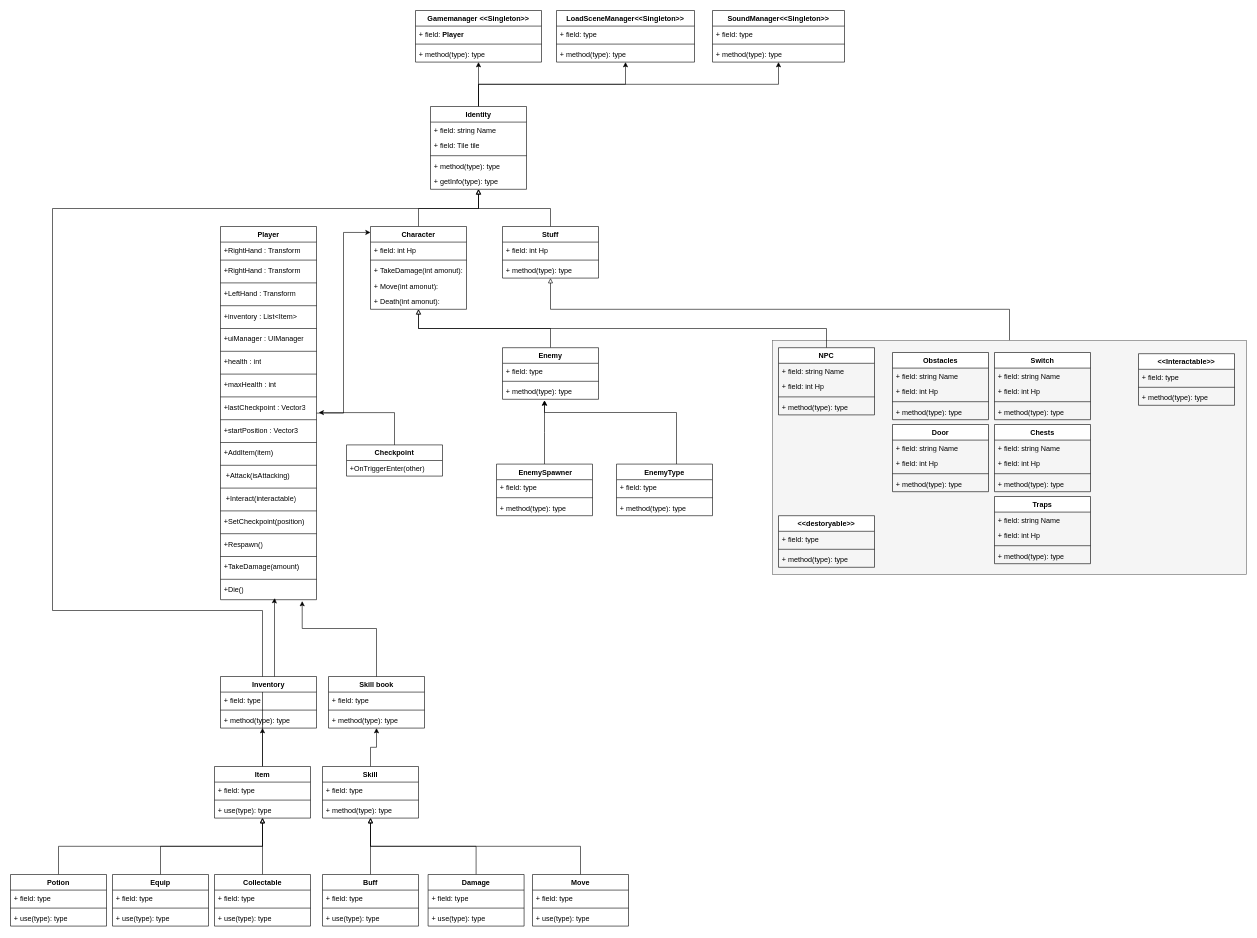
Before: MY RPG Diagram.drawio in Aeng-Dev-code/Fine-I-Am-OK-....But-you-Are-Doraemon, a draw.io diagram. Source tidied: cells renumbered, new cells numbered last; positions are measured from the earlier drawing's top-left corner, leaving out a move shared by most shapes. Both pictures are drawn from the tidied source at 60%, with x=0, y=0 at pixel (10, 10).
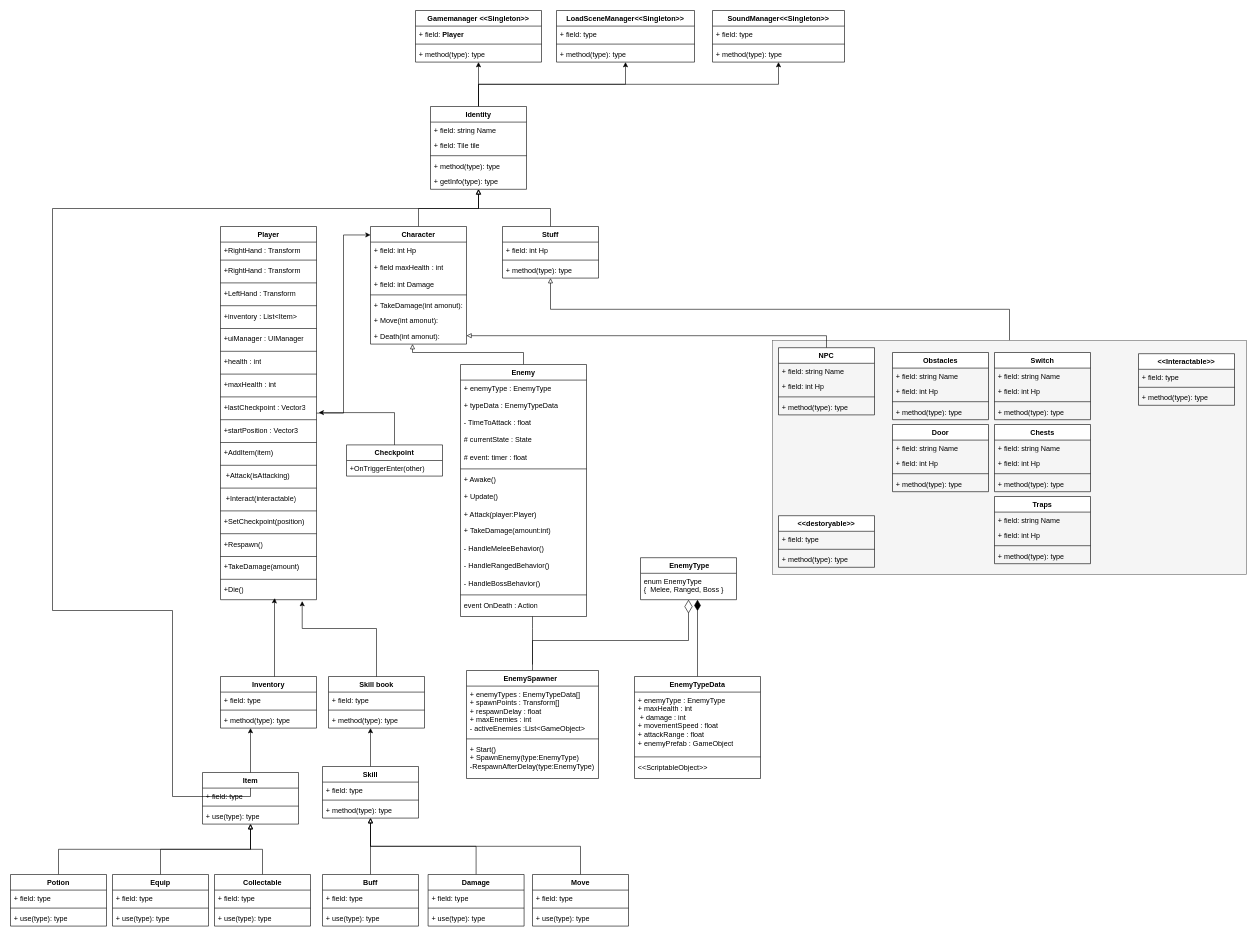
The same diagram, later.

Unchanged cells that the change refers to:
```xml
<mxCell id="42" value="Identity" style="swimlane;fontStyle=1;align=center;verticalAlign=top;horizontal=1;startSize=26;whiteSpace=wrap;html=1;" parent="1" vertex="1">
  <mxGeometry x="700" y="160" width="160" height="138" as="geometry" />
</mxCell>
<mxCell id="69" value="Skill book" style="swimlane;fontStyle=1;align=center;verticalAlign=top;horizontal=1;startSize=26;whiteSpace=wrap;html=1;" parent="1" vertex="1">
  <mxGeometry x="530" y="1110" width="160" height="86" as="geometry" />
</mxCell>
<mxCell id="72" value="+ method(type): type" style="text;strokeColor=none;fillColor=none;align=left;verticalAlign=top;spacingLeft=4;spacingRight=4;overflow=hidden;points=[[0,0.5],[1,0.5]];portConstraint=eastwest;whiteSpace=wrap;html=1;" parent="69" vertex="1">
  <mxGeometry y="60" width="160" height="26" as="geometry" />
</mxCell>
<mxCell id="80" value="Skill" style="swimlane;fontStyle=1;align=center;verticalAlign=top;horizontal=1;startSize=26;whiteSpace=wrap;html=1;" parent="1" vertex="1">
  <mxGeometry x="520" y="1260" width="160" height="86" as="geometry" />
</mxCell>
<mxCell id="152" value="NPC" style="swimlane;fontStyle=1;align=center;verticalAlign=top;horizontal=1;startSize=26;whiteSpace=wrap;html=1;" parent="1" vertex="1">
  <mxGeometry x="1280" y="562" width="160" height="112" as="geometry" />
</mxCell>
```

Change to the diagram source:
```diff
@@
     <mxCell id="34" style="edgeStyle=orthogonalEdgeStyle;rounded=0;jettySize=auto;html=1;exitX=0.5;exitY=0;exitDx=0;exitDy=0;endArrow=block;endFill=0;" parent="1" edge="1" source="35" target="55">
-      <mxGeometry relative="1" as="geometry" />
+      <mxGeometry relative="1" as="geometry">
+        <Array as="points">
+          <mxPoint x="855" y="570" />
+          <mxPoint x="670" y="570" />
+        </Array>
+      </mxGeometry>
     </mxCell>
     <mxCell id="35" value="Enemy" style="swimlane;fontStyle=1;align=center;verticalAlign=top;horizontal=1;startSize=26;whiteSpace=wrap;html=1;" parent="1" vertex="1">
-      <mxGeometry x="820" y="562" width="160" height="86" as="geometry" />
+      <mxGeometry x="750" y="590" width="210" height="420" as="geometry" />
     </mxCell>
-    <mxCell id="36" value="+ field: type" style="text;strokeColor=none;fillColor=none;align=left;verticalAlign=top;spacingLeft=4;spacingRight=4;overflow=hidden;whiteSpace=wrap;html=1;" parent="35" vertex="1">
-      <mxGeometry y="26" width="160" height="26" as="geometry" />
+    <mxCell id="36" value="&lt;div&gt;+ enemyType : EnemyType&amp;nbsp;&lt;/div&gt;&lt;div&gt;&lt;br&gt;&lt;/div&gt;&lt;div&gt;+ typeData : EnemyTypeData&amp;nbsp;&amp;nbsp;&lt;/div&gt;&lt;div&gt;&lt;br&gt;&lt;/div&gt;&lt;div&gt;- TimeToAttack : float&lt;/div&gt;&lt;div&gt;&lt;br&gt;&lt;/div&gt;&lt;div&gt;# currentState : State&amp;nbsp;&amp;nbsp;&amp;nbsp;&lt;/div&gt;&lt;div&gt;&lt;br&gt;&lt;/div&gt;&lt;div&gt;# event: timer : float&amp;nbsp;&amp;nbsp;&lt;/div&gt;" style="text;strokeColor=none;fillColor=none;align=left;verticalAlign=top;spacingLeft=4;spacingRight=4;overflow=hidden;whiteSpace=wrap;html=1;" parent="35" vertex="1">
+      <mxGeometry y="26" width="210" height="144" as="geometry" />
     </mxCell>
     <mxCell id="37" style="line;strokeWidth=1;fillColor=none;align=left;verticalAlign=middle;spacingTop=-1;spacingLeft=3;spacingRight=3;labelPosition=right;strokeColor=inherit;" parent="35" vertex="1">
-      <mxGeometry y="52" width="160" height="8" as="geometry" />
+      <mxGeometry y="170" width="210" height="8" as="geometry" />
     </mxCell>
-    <mxCell id="38" value="+ method(type): type" style="text;strokeColor=none;fillColor=none;align=left;verticalAlign=top;spacingLeft=4;spacingRight=4;overflow=hidden;whiteSpace=wrap;html=1;" parent="35" vertex="1">
-      <mxGeometry y="60" width="160" height="26" as="geometry" />
+    <mxCell id="38" value="+ Awake()&lt;div&gt;&lt;br&gt;&lt;div&gt;+ Update()&amp;nbsp;&lt;/div&gt;&lt;div&gt;&lt;br&gt;&lt;/div&gt;&lt;div&gt;+ Attack(player:Player)&lt;/div&gt;&lt;div&gt;&lt;br&gt;&lt;/div&gt;&lt;div&gt;+ TakeDamage(amount:int)&lt;/div&gt;&lt;div&gt;&lt;br&gt;&lt;/div&gt;&lt;div&gt;- HandleMeleeBehavior()&lt;/div&gt;&lt;div&gt;&lt;br&gt;&lt;/div&gt;&lt;div&gt;- HandleRangedBehavior()&lt;/div&gt;&lt;div&gt;&lt;br&gt;&lt;/div&gt;&lt;div&gt;- HandleBossBehavior()&lt;/div&gt;&lt;/div&gt;" style="text;strokeColor=none;fillColor=none;align=left;verticalAlign=top;spacingLeft=4;spacingRight=4;overflow=hidden;whiteSpace=wrap;html=1;" parent="35" vertex="1">
+      <mxGeometry y="178" width="210" height="202" as="geometry" />
     </mxCell>
+    <mxCell id="179" style="line;strokeWidth=1;fillColor=none;align=left;verticalAlign=middle;spacingTop=-1;spacingLeft=3;spacingRight=3;labelPosition=right;strokeColor=inherit;" parent="35" vertex="1">
+      <mxGeometry y="380" width="210" height="8" as="geometry" />
+    </mxCell>
+    <mxCell id="180" value="event OnDeath : Action" style="text;strokeColor=none;fillColor=none;align=left;verticalAlign=top;spacingLeft=4;spacingRight=4;overflow=hidden;points=[[0,0.5],[1,0.5]];portConstraint=eastwest;whiteSpace=wrap;html=1;" parent="35" vertex="1">
+      <mxGeometry y="388" width="210" height="32" as="geometry" />
+    </mxCell>
@@
     <mxCell id="49" style="edgeStyle=orthogonalEdgeStyle;rounded=0;jettySize=auto;html=1;exitX=0.5;exitY=0;exitDx=0;exitDy=0;endArrow=block;endFill=0;" parent="1" edge="1" source="50" target="42">
       <mxGeometry relative="1" as="geometry">
         <Array as="points">
-          <mxPoint x="420" y="1000" />
+          <mxPoint x="400" y="1310" />
+          <mxPoint x="270" y="1310" />
+          <mxPoint x="270" y="1000" />
           <mxPoint x="70" y="1000" />
           <mxPoint x="70" y="330" />
           <mxPoint x="780" y="330" />
         </Array>
       </mxGeometry>
     </mxCell>
     <mxCell id="50" value="Item" style="swimlane;fontStyle=1;align=center;verticalAlign=top;horizontal=1;startSize=26;whiteSpace=wrap;html=1;" parent="1" vertex="1">
-      <mxGeometry x="340" y="1260" width="160" height="86" as="geometry" />
+      <mxGeometry x="320" y="1270" width="160" height="86" as="geometry" />
     </mxCell>
@@
     <mxCell id="55" value="Character" style="swimlane;fontStyle=1;align=center;verticalAlign=top;horizontal=1;startSize=26;whiteSpace=wrap;html=1;" parent="1" vertex="1">
-      <mxGeometry x="600" y="360" width="160" height="138" as="geometry" />
+      <mxGeometry x="600" y="360" width="160" height="196" as="geometry" />
     </mxCell>
-    <mxCell id="56" value="+ field: int Hp" style="text;strokeColor=none;fillColor=none;align=left;verticalAlign=top;spacingLeft=4;spacingRight=4;overflow=hidden;whiteSpace=wrap;html=1;" parent="55" vertex="1">
-      <mxGeometry y="26" width="160" height="26" as="geometry" />
+    <mxCell id="56" value="+ field: int Hp&lt;div&gt;&lt;br&gt;&lt;div&gt;+ field maxHealth : int&lt;br&gt;&lt;div&gt;&lt;br&gt;&lt;/div&gt;&lt;div&gt;+ field: int Damage&amp;nbsp;&lt;/div&gt;&lt;/div&gt;&lt;/div&gt;" style="text;strokeColor=none;fillColor=none;align=left;verticalAlign=top;spacingLeft=4;spacingRight=4;overflow=hidden;whiteSpace=wrap;html=1;" parent="55" vertex="1">
+      <mxGeometry y="26" width="160" height="84" as="geometry" />
     </mxCell>
     <mxCell id="57" style="line;strokeWidth=1;fillColor=none;align=left;verticalAlign=middle;spacingTop=-1;spacingLeft=3;spacingRight=3;labelPosition=right;strokeColor=inherit;" parent="55" vertex="1">
-      <mxGeometry y="52" width="160" height="8" as="geometry" />
+      <mxGeometry y="110" width="160" height="8" as="geometry" />
     </mxCell>
     <mxCell id="58" value="+ TakeDamage(int amonut):" style="text;strokeColor=none;fillColor=none;align=left;verticalAlign=top;spacingLeft=4;spacingRight=4;overflow=hidden;whiteSpace=wrap;html=1;" parent="55" vertex="1">
-      <mxGeometry y="60" width="160" height="26" as="geometry" />
+      <mxGeometry y="118" width="160" height="26" as="geometry" />
     </mxCell>
     <mxCell id="59" value="+ Move(int amonut):" style="text;strokeColor=none;fillColor=none;align=left;verticalAlign=top;spacingLeft=4;spacingRight=4;overflow=hidden;whiteSpace=wrap;html=1;" parent="55" vertex="1">
-      <mxGeometry y="86" width="160" height="26" as="geometry" />
+      <mxGeometry y="144" width="160" height="26" as="geometry" />
     </mxCell>
     <mxCell id="60" value="+ Death(int amonut):" style="text;strokeColor=none;fillColor=none;align=left;verticalAlign=top;spacingLeft=4;spacingRight=4;overflow=hidden;whiteSpace=wrap;html=1;" parent="55" vertex="1">
-      <mxGeometry y="112" width="160" height="26" as="geometry" />
+      <mxGeometry y="170" width="160" height="26" as="geometry" />
     </mxCell>
@@
-    <mxCell id="79" style="edgeStyle=orthogonalEdgeStyle;rounded=0;jettySize=auto;html=1;exitX=0.5;exitY=0;exitDx=0;exitDy=0;" parent="1" edge="1" source="80" target="69">
-      <mxGeometry relative="1" as="geometry" />
+    <mxCell id="79" style="edgeStyle=orthogonalEdgeStyle;rounded=0;jettySize=auto;html=1;exitX=0.5;exitY=0;exitDx=0;exitDy=0;" parent="1" edge="1" source="80" target="72">
+      <mxGeometry relative="1" as="geometry">
+        <Array as="points">
+          <mxPoint x="600" y="1260" />
+        </Array>
+      </mxGeometry>
     </mxCell>
@@
     <mxCell id="151" style="edgeStyle=orthogonalEdgeStyle;rounded=0;jettySize=auto;html=1;exitX=0.5;exitY=0;exitDx=0;exitDy=0;endArrow=block;endFill=0;" parent="1" edge="1" source="152" target="55">
-      <mxGeometry relative="1" as="geometry" />
+      <mxGeometry relative="1" as="geometry">
+        <Array as="points">
+          <mxPoint x="1360" y="542" />
+          <mxPoint x="680" y="542" />
+        </Array>
+      </mxGeometry>
     </mxCell>
@@
-    <mxCell id="165" style="edgeStyle=orthogonalEdgeStyle;rounded=0;jettySize=auto;html=1;" parent="1" edge="1" source="166">
-      <mxGeometry relative="1" as="geometry">
-        <mxPoint x="890" y="650" as="targetPoint" />
-      </mxGeometry>
-    </mxCell>
-    <mxCell id="166" value="&amp;nbsp;EnemySpawner" style="swimlane;fontStyle=1;align=center;verticalAlign=top;horizontal=1;startSize=26;whiteSpace=wrap;html=1;" parent="1" vertex="1">
-      <mxGeometry x="810" y="756" width="160" height="86" as="geometry" />
+    <mxCell id="166" value="&amp;nbsp;EnemyType" style="swimlane;fontStyle=1;align=center;verticalAlign=top;horizontal=1;startSize=26;whiteSpace=wrap;html=1;" parent="1" vertex="1">
+      <mxGeometry x="1050" y="912" width="160" height="70" as="geometry" />
     </mxCell>
-    <mxCell id="167" value="+ field: type" style="text;strokeColor=none;fillColor=none;align=left;verticalAlign=top;spacingLeft=4;spacingRight=4;overflow=hidden;whiteSpace=wrap;html=1;" parent="166" vertex="1">
-      <mxGeometry y="26" width="160" height="26" as="geometry" />
+    <mxCell id="167" value="&lt;div&gt;enum EnemyType&lt;/div&gt;&lt;div&gt;{&amp;nbsp; &lt;span style=&quot;background-color: transparent; color: light-dark(rgb(0, 0, 0), rgb(255, 255, 255));&quot;&gt;Melee, Ranged, Boss&amp;nbsp;&lt;/span&gt;&lt;span style=&quot;background-color: transparent; color: light-dark(rgb(0, 0, 0), rgb(255, 255, 255));&quot;&gt;}&amp;nbsp; &amp;nbsp; &amp;nbsp;&lt;/span&gt;&lt;/div&gt;" style="text;strokeColor=none;fillColor=none;align=left;verticalAlign=top;spacingLeft=4;spacingRight=4;overflow=hidden;whiteSpace=wrap;html=1;" parent="166" vertex="1">
+      <mxGeometry y="26" width="160" height="44" as="geometry" />
     </mxCell>
-    <mxCell id="168" style="line;strokeWidth=1;fillColor=none;align=left;verticalAlign=middle;spacingTop=-1;spacingLeft=3;spacingRight=3;labelPosition=right;strokeColor=inherit;" parent="166" vertex="1">
-      <mxGeometry y="52" width="160" height="8" as="geometry" />
-    </mxCell>
-    <mxCell id="169" value="+ method(type): type" style="text;strokeColor=none;fillColor=none;align=left;verticalAlign=top;spacingLeft=4;spacingRight=4;overflow=hidden;whiteSpace=wrap;html=1;" parent="166" vertex="1">
-      <mxGeometry y="60" width="160" height="26" as="geometry" />
-    </mxCell>
-    <mxCell id="170" style="edgeStyle=orthogonalEdgeStyle;rounded=0;jettySize=auto;html=1;" parent="1" edge="1" source="171">
-      <mxGeometry relative="1" as="geometry">
-        <mxPoint x="890" y="650" as="targetPoint" />
-        <Array as="points">
-          <mxPoint x="1110" y="670" />
-          <mxPoint x="890" y="670" />
-        </Array>
-      </mxGeometry>
-    </mxCell>
+    <mxCell id="181" style="edgeStyle=orthogonalEdgeStyle;rounded=0;jettySize=auto;html=1;endArrow=diamondThin;endFill=1;endSize=16;" parent="1" edge="1" source="171" target="166">
+      <mxGeometry relative="1" as="geometry">
+        <Array as="points">
+          <mxPoint x="1150" y="1140" />
+          <mxPoint x="1150" y="1140" />
+        </Array>
+      </mxGeometry>
+    </mxCell>
-    <mxCell id="171" value="EnemyType" style="swimlane;fontStyle=1;align=center;verticalAlign=top;horizontal=1;startSize=26;whiteSpace=wrap;html=1;" parent="1" vertex="1">
-      <mxGeometry x="1010" y="756" width="160" height="86" as="geometry" />
+    <mxCell id="171" value="EnemyTypeData" style="swimlane;fontStyle=1;align=center;verticalAlign=top;horizontal=1;startSize=26;whiteSpace=wrap;html=1;" parent="1" vertex="1">
+      <mxGeometry x="1040" y="1110" width="210" height="170" as="geometry" />
     </mxCell>
-    <mxCell id="172" value="+ field: type" style="text;strokeColor=none;fillColor=none;align=left;verticalAlign=top;spacingLeft=4;spacingRight=4;overflow=hidden;whiteSpace=wrap;html=1;" parent="171" vertex="1">
-      <mxGeometry y="26" width="160" height="26" as="geometry" />
+    <mxCell id="172" value="+ enemyType : EnemyType&amp;nbsp;&lt;div&gt;+ maxHealth : int&amp;nbsp;&amp;nbsp;&lt;/div&gt;&lt;div&gt;&amp;nbsp;+ damage : int&amp;nbsp;&lt;/div&gt;&lt;div&gt;+ movementSpeed : float&amp;nbsp;&lt;/div&gt;&lt;div&gt;+ attackRange : float&lt;/div&gt;&lt;div&gt;+ enemyPrefab : GameObject&lt;/div&gt;" style="text;strokeColor=none;fillColor=none;align=left;verticalAlign=top;spacingLeft=4;spacingRight=4;overflow=hidden;whiteSpace=wrap;html=1;" parent="171" vertex="1">
+      <mxGeometry y="26" width="210" height="104" as="geometry" />
     </mxCell>
     <mxCell id="173" style="line;strokeWidth=1;fillColor=none;align=left;verticalAlign=middle;spacingTop=-1;spacingLeft=3;spacingRight=3;labelPosition=right;strokeColor=inherit;" parent="171" vertex="1">
-      <mxGeometry y="52" width="160" height="8" as="geometry" />
+      <mxGeometry y="130" width="210" height="8" as="geometry" />
     </mxCell>
-    <mxCell id="174" value="+ method(type): type" style="text;strokeColor=none;fillColor=none;align=left;verticalAlign=top;spacingLeft=4;spacingRight=4;overflow=hidden;whiteSpace=wrap;html=1;" parent="171" vertex="1">
-      <mxGeometry y="60" width="160" height="26" as="geometry" />
+    <mxCell id="174" value="&amp;lt;&amp;lt;ScriptableObject&amp;gt;&amp;gt;&amp;nbsp;" style="text;strokeColor=none;fillColor=none;align=left;verticalAlign=top;spacingLeft=4;spacingRight=4;overflow=hidden;whiteSpace=wrap;html=1;" parent="171" vertex="1">
+      <mxGeometry y="138" width="210" height="32" as="geometry" />
     </mxCell>
@@
+    <mxCell id="182" style="edgeStyle=orthogonalEdgeStyle;rounded=0;jettySize=auto;html=1;endSize=11;endArrow=none;endFill=0;" parent="1" edge="1" source="183" target="180">
+      <mxGeometry relative="1" as="geometry">
+        <Array as="points">
+          <mxPoint x="870" y="1030" />
+          <mxPoint x="870" y="1030" />
+        </Array>
+      </mxGeometry>
+    </mxCell>
+    <mxCell id="183" value="EnemySpawner&amp;nbsp;&amp;nbsp;" style="swimlane;fontStyle=1;align=center;verticalAlign=top;horizontal=1;startSize=26;whiteSpace=wrap;html=1;" parent="1" vertex="1">
+      <mxGeometry x="760" y="1100" width="220" height="180" as="geometry" />
+    </mxCell>
+    <mxCell id="184" value="+ enemyTypes : EnemyTypeData[]&amp;nbsp;&lt;div&gt;+ spawnPoints : Transform[]&amp;nbsp;&lt;/div&gt;&lt;div&gt;+ respawnDelay : float&amp;nbsp; &amp;nbsp;&amp;nbsp;&lt;/div&gt;&lt;div&gt;+ maxEnemies : int&amp;nbsp;&amp;nbsp;&lt;/div&gt;&lt;div&gt;- activeEnemies :List&amp;lt;GameObject&amp;gt;&amp;nbsp;&lt;/div&gt;&lt;div&gt;&lt;br&gt;&lt;/div&gt;" style="text;strokeColor=none;fillColor=none;align=left;verticalAlign=top;spacingLeft=4;spacingRight=4;overflow=hidden;whiteSpace=wrap;html=1;" parent="183" vertex="1">
+      <mxGeometry y="26" width="220" height="84" as="geometry" />
+    </mxCell>
+    <mxCell id="185" style="line;strokeWidth=1;fillColor=none;align=left;verticalAlign=middle;spacingTop=-1;spacingLeft=3;spacingRight=3;labelPosition=right;strokeColor=inherit;" parent="183" vertex="1">
+      <mxGeometry y="110" width="220" height="8" as="geometry" />
+    </mxCell>
+    <mxCell id="186" value="+ Start()&amp;nbsp;&lt;div&gt;+ SpawnEnemy(type:EnemyType)&lt;/div&gt;&lt;div&gt;-RespawnAfterDelay(type:EnemyType)&lt;/div&gt;" style="text;strokeColor=none;fillColor=none;align=left;verticalAlign=top;spacingLeft=4;spacingRight=4;overflow=hidden;whiteSpace=wrap;html=1;" parent="183" vertex="1">
+      <mxGeometry y="118" width="220" height="62" as="geometry" />
+    </mxCell>
+    <mxCell id="187" style="edgeStyle=orthogonalEdgeStyle;rounded=0;jettySize=auto;html=1;endArrow=diamondThin;endFill=0;endSize=20;" parent="1" edge="1" target="166">
+      <mxGeometry relative="1" as="geometry">
+        <mxPoint x="870" y="1090" as="sourcePoint" />
+        <Array as="points">
+          <mxPoint x="870" y="1050" />
+        </Array>
+      </mxGeometry>
+    </mxCell>
```
